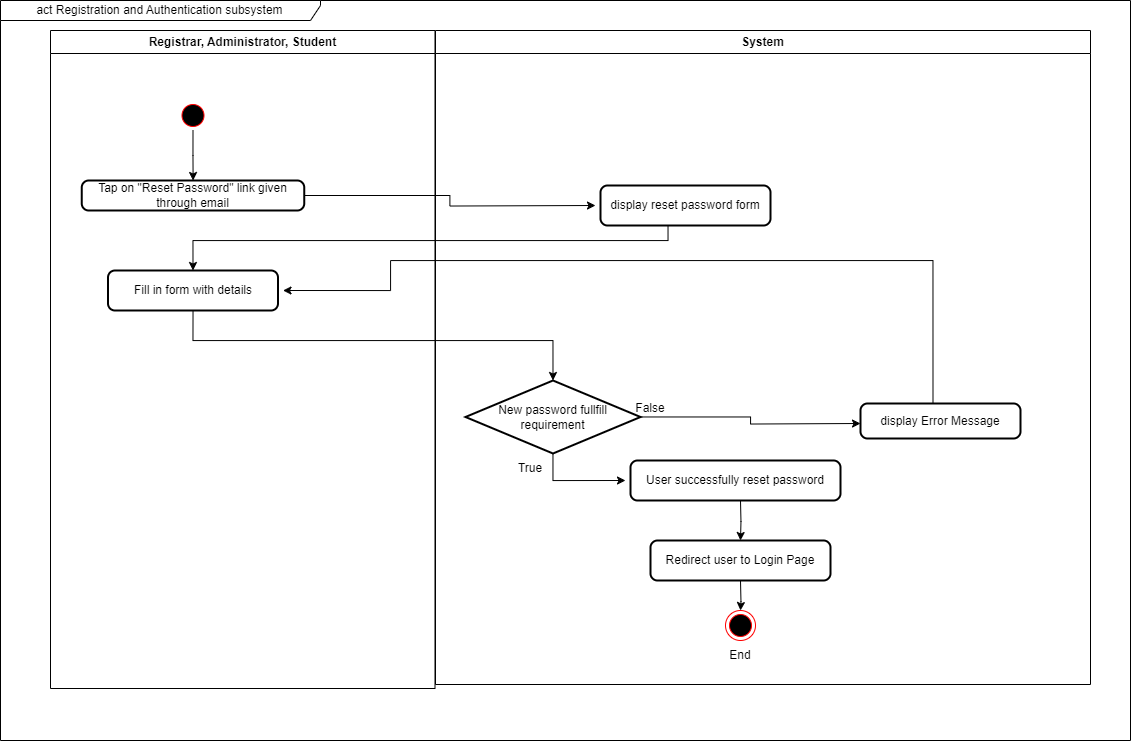
The draw.io diagram project/drawio/Alpha/ActivityDiagramResetPassword.drawio.png in drshahizan/software-engineering, before a commit. Source tidied: cells renumbered, new cells last; positions are measured from the earlier drawing's top-left corner, leaving out a move shared by most shapes.
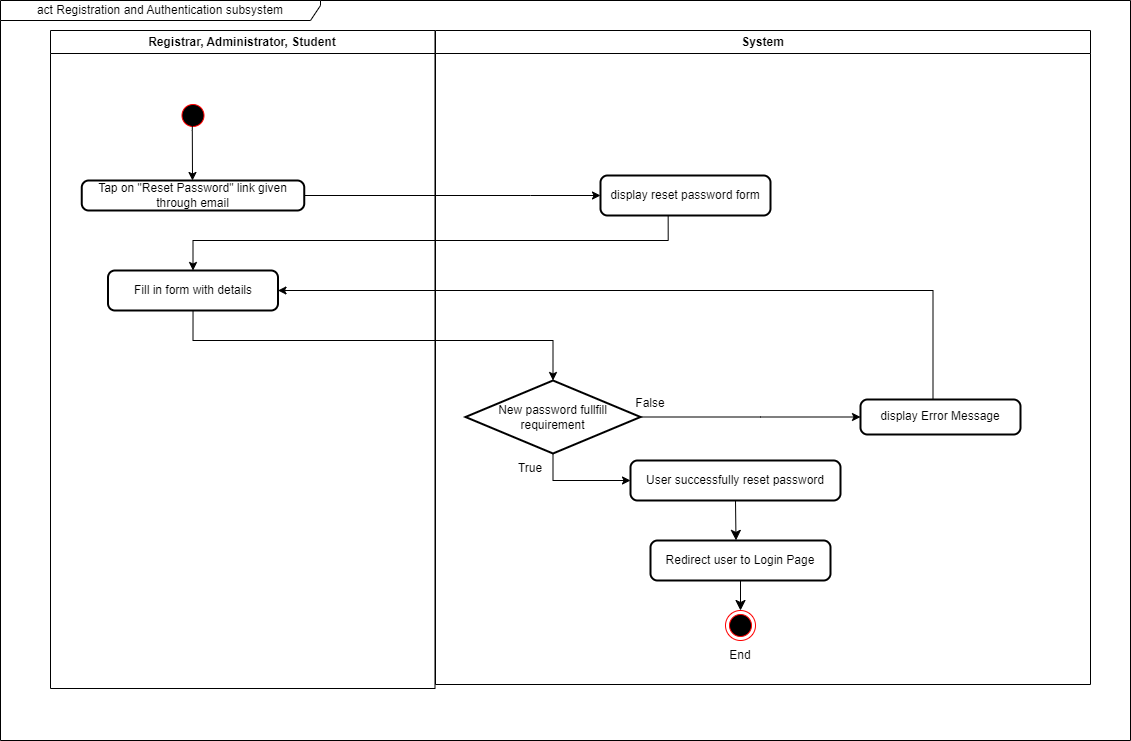
Later version of the same file.

Diff of the diagram source:
```diff
@@ -23,45 +23,20 @@
     <mxCell id="6" style="ellipse;shape=endState;fillColor=#000000;strokeColor=#ff0000;" parent="5" vertex="1">
       <mxGeometry x="290" y="580" width="30" height="30" as="geometry" />
     </mxCell>
-    <mxCell id="7" style="edgeStyle=orthogonalEdgeStyle;rounded=0;jettySize=auto;html=1;" parent="5" edge="1" source="9">
-      <mxGeometry relative="1" as="geometry">
-        <mxPoint x="425" y="393" as="targetPoint" />
-      </mxGeometry>
-    </mxCell>
-    <mxCell id="8" style="edgeStyle=orthogonalEdgeStyle;rounded=0;jettySize=auto;html=1;entryX=0;entryY=0.5;entryDx=0;entryDy=0;" parent="5" edge="1" source="9">
-      <mxGeometry relative="1" as="geometry">
-        <mxPoint x="190" y="450" as="targetPoint" />
-        <Array as="points">
-          <mxPoint x="117" y="450" />
-        </Array>
-      </mxGeometry>
-    </mxCell>
     <mxCell id="9" value="New password fullfill requirement" style="strokeWidth=2;html=1;shape=mxgraph.flowchart.decision;whiteSpace=wrap;" parent="5" vertex="1">
       <mxGeometry x="30" y="350" width="175" height="73" as="geometry" />
     </mxCell>
-    <mxCell id="10" style="edgeStyle=orthogonalEdgeStyle;rounded=0;orthogonalLoop=1;jettySize=auto;html=1;" parent="5" edge="1">
-      <mxGeometry relative="1" as="geometry">
-        <mxPoint x="305" y="470" as="sourcePoint" />
-        <mxPoint x="305" y="510" as="targetPoint" />
-      </mxGeometry>
-    </mxCell>
     <mxCell id="11" value="True" style="text;html=1;strokeColor=none;fillColor=none;align=center;verticalAlign=middle;whiteSpace=wrap;rounded=0;" parent="5" vertex="1">
       <mxGeometry x="65" y="423" width="60" height="30" as="geometry" />
     </mxCell>
     <mxCell id="12" value="False" style="text;html=1;strokeColor=none;fillColor=none;align=center;verticalAlign=middle;whiteSpace=wrap;rounded=0;" parent="5" vertex="1">
-      <mxGeometry x="185" y="363" width="60" height="30" as="geometry" />
+      <mxGeometry x="185" y="358" width="60" height="30" as="geometry" />
     </mxCell>
-    <mxCell id="13" style="edgeStyle=orthogonalEdgeStyle;rounded=0;jettySize=auto;html=1;" parent="5" edge="1" target="6">
-      <mxGeometry relative="1" as="geometry">
-        <mxPoint x="305" y="550" as="sourcePoint" />
-      </mxGeometry>
-    </mxCell>
     <mxCell id="14" value="End" style="text;html=1;strokeColor=none;fillColor=none;align=center;verticalAlign=middle;whiteSpace=wrap;rounded=0;" parent="5" vertex="1">
       <mxGeometry x="275" y="610" width="60" height="30" as="geometry" />
     </mxCell>
-    <mxCell id="15" style="edgeStyle=orthogonalEdgeStyle;rounded=0;orthogonalLoop=1;jettySize=auto;html=1;entryX=0.5;entryY=0;entryDx=0;entryDy=0;" parent="1" edge="1">
+    <mxCell id="15" style="edgeStyle=orthogonalEdgeStyle;rounded=0;jettySize=auto;html=1;entryX=0.5;entryY=0;entryDx=0;entryDy=0;exitX=0.398;exitY=1.01;exitDx=0;exitDy=0;exitPerimeter=0;" parent="1" edge="1" source="22">
       <mxGeometry relative="1" as="geometry">
-        <mxPoint x="667.5" y="220" as="sourcePoint" />
         <mxPoint x="192.5" y="270" as="targetPoint" />
         <Array as="points">
           <mxPoint x="668" y="240" />
@@ -69,19 +44,19 @@
         </Array>
       </mxGeometry>
     </mxCell>
-    <mxCell id="16" style="edgeStyle=orthogonalEdgeStyle;rounded=0;jettySize=auto;html=1;" parent="1" edge="1" source="19">
+    <mxCell id="16" style="edgeStyle=orthogonalEdgeStyle;rounded=0;jettySize=auto;html=1;entryX=0;entryY=0.5;entryDx=0;entryDy=0;" parent="1" edge="1" source="19" target="22">
       <mxGeometry relative="1" as="geometry">
-        <mxPoint x="595" y="205" as="targetPoint" />
+        <Array as="points">
+          <mxPoint x="530" y="195" />
+          <mxPoint x="530" y="195" />
+        </Array>
       </mxGeometry>
     </mxCell>
-    <mxCell id="17" style="edgeStyle=orthogonalEdgeStyle;rounded=0;orthogonalLoop=1;jettySize=auto;html=1;entryX=1;entryY=0.5;entryDx=0;entryDy=0;" parent="1" edge="1">
+    <mxCell id="17" style="edgeStyle=orthogonalEdgeStyle;rounded=0;jettySize=auto;html=1;entryX=1;entryY=0.5;entryDx=0;entryDy=0;" parent="1" edge="1" target="21">
       <mxGeometry relative="1" as="geometry">
         <mxPoint x="932.5" y="408" as="sourcePoint" />
-        <mxPoint x="282.5" y="290" as="targetPoint" />
         <Array as="points">
-          <mxPoint x="932" y="260" />
-          <mxPoint x="390" y="260" />
-          <mxPoint x="390" y="290" />
+          <mxPoint x="932" y="290" />
         </Array>
       </mxGeometry>
     </mxCell>
@@ -91,23 +66,49 @@
     <mxCell id="19" value="Tap on &quot;Reset Password&quot; link given through email" style="rounded=1;whiteSpace=wrap;html=1;absoluteArcSize=1;arcSize=14;strokeWidth=2;" parent="1" vertex="1">
       <mxGeometry x="81.2" y="180" width="222.5" height="30" as="geometry" />
     </mxCell>
-    <mxCell id="20" style="edgeStyle=orthogonalEdgeStyle;rounded=0;jettySize=auto;html=1;" parent="1" edge="1" source="3" target="19">
-      <mxGeometry relative="1" as="geometry" />
+    <mxCell id="20" style="edgeStyle=orthogonalEdgeStyle;rounded=0;jettySize=auto;html=1;exitX=0.477;exitY=0.833;exitDx=0;exitDy=0;exitPerimeter=0;" parent="1" edge="1" source="3" target="19">
+      <mxGeometry relative="1" as="geometry">
+        <Array as="points">
+          <mxPoint x="192" y="130" />
+          <mxPoint x="192" y="130" />
+        </Array>
+      </mxGeometry>
     </mxCell>
     <mxCell id="21" value="Fill in form with details" style="rounded=1;whiteSpace=wrap;html=1;absoluteArcSize=1;arcSize=14;strokeWidth=2;" parent="1" vertex="1">
       <mxGeometry x="107.5" y="270" width="170" height="40" as="geometry" />
     </mxCell>
     <mxCell id="22" value="display reset password form" style="rounded=1;whiteSpace=wrap;html=1;absoluteArcSize=1;arcSize=14;strokeWidth=2;" parent="1" vertex="1">
-      <mxGeometry x="600" y="185" width="170" height="40" as="geometry" />
+      <mxGeometry x="600" y="175" width="170" height="40" as="geometry" />
     </mxCell>
     <mxCell id="23" value="display Error Message" style="rounded=1;whiteSpace=wrap;html=1;absoluteArcSize=1;arcSize=14;strokeWidth=2;" parent="1" vertex="1">
-      <mxGeometry x="860" y="403" width="160" height="35" as="geometry" />
+      <mxGeometry x="860" y="399" width="160" height="35" as="geometry" />
     </mxCell>
+    <mxCell id="26" style="edgeStyle=none;curved=1;rounded=0;jettySize=auto;html=1;exitX=0.5;exitY=1;exitDx=0;exitDy=0;entryX=0.475;entryY=-0.003;entryDx=0;entryDy=0;entryPerimeter=0;fontSize=12;startSize=8;endSize=8;" parent="1" edge="1" source="24" target="25">
+      <mxGeometry relative="1" as="geometry" />
+    </mxCell>
     <mxCell id="24" value="User successfully reset password" style="rounded=1;whiteSpace=wrap;html=1;absoluteArcSize=1;arcSize=14;strokeWidth=2;" parent="1" vertex="1">
       <mxGeometry x="630" y="460" width="210" height="40" as="geometry" />
     </mxCell>
+    <mxCell id="27" style="edgeStyle=none;curved=1;rounded=0;jettySize=auto;html=1;exitX=0.5;exitY=1;exitDx=0;exitDy=0;entryX=0.5;entryY=0;entryDx=0;entryDy=0;fontSize=12;startSize=8;endSize=8;" parent="1" edge="1" source="25" target="6">
+      <mxGeometry relative="1" as="geometry" />
+    </mxCell>
     <mxCell id="25" value="Redirect user to Login Page" style="rounded=1;whiteSpace=wrap;html=1;absoluteArcSize=1;arcSize=14;strokeWidth=2;" parent="1" vertex="1">
       <mxGeometry x="650" y="540" width="180" height="40" as="geometry" />
     </mxCell>
+    <mxCell id="7" style="edgeStyle=orthogonalEdgeStyle;rounded=0;jettySize=auto;html=1;entryX=0;entryY=0.5;entryDx=0;entryDy=0;exitX=1;exitY=0.5;exitDx=0;exitDy=0;exitPerimeter=0;" parent="1" edge="1" source="9" target="23">
+      <mxGeometry relative="1" as="geometry">
+        <Array as="points">
+          <mxPoint x="760" y="417" />
+          <mxPoint x="760" y="417" />
+        </Array>
+      </mxGeometry>
+    </mxCell>
+    <mxCell id="8" style="edgeStyle=orthogonalEdgeStyle;rounded=0;jettySize=auto;html=1;entryX=0;entryY=0.5;entryDx=0;entryDy=0;" parent="1" edge="1" source="9" target="24">
+      <mxGeometry relative="1" as="geometry">
+        <Array as="points">
+          <mxPoint x="552" y="480" />
+        </Array>
+      </mxGeometry>
+    </mxCell>
   </root>
 </mxGraphModel>
```
